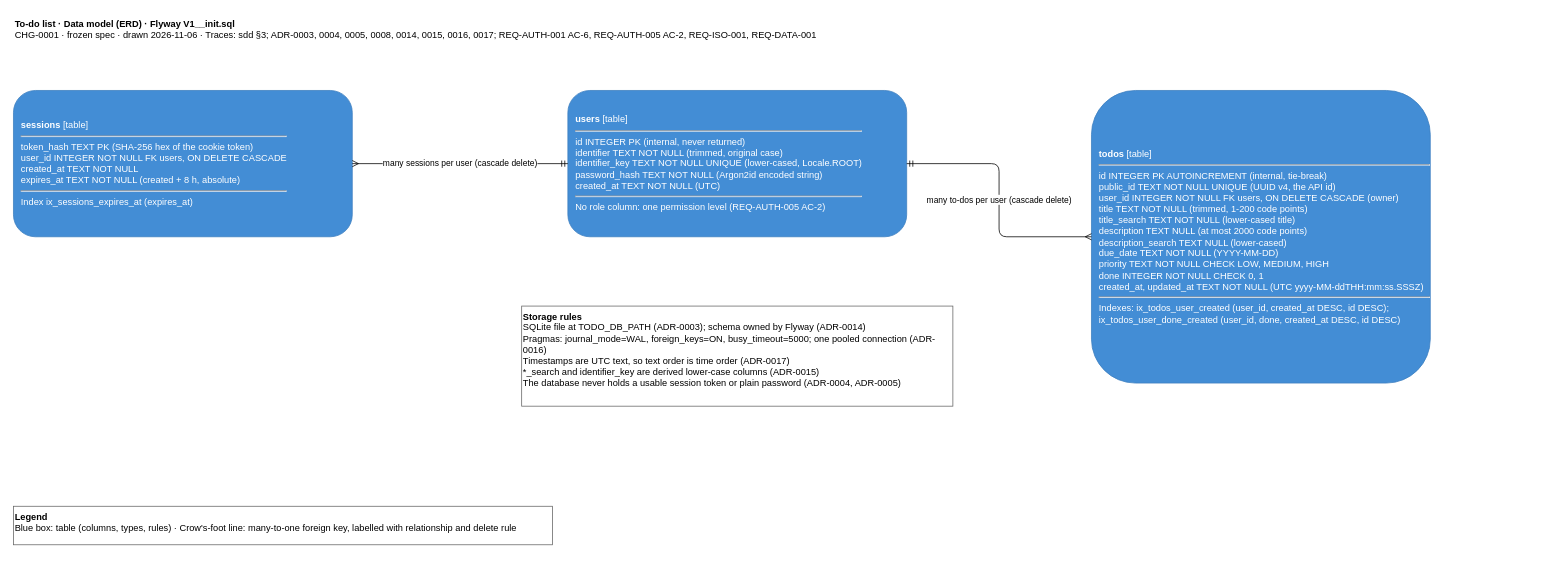
Earlier version of the draw.io diagram docs/specs/CHG-0001/design/architecture/data-model.drawio (alokkulkarni/testharness2). Source tidied: cells renumbered, new cells numbered last; positions are measured from the earlier drawing's top-left corner, leaving out a move shared by most shapes. Both pictures are drawn from the tidied source at 77%, with x=0, y=0 at pixel (13, 13).
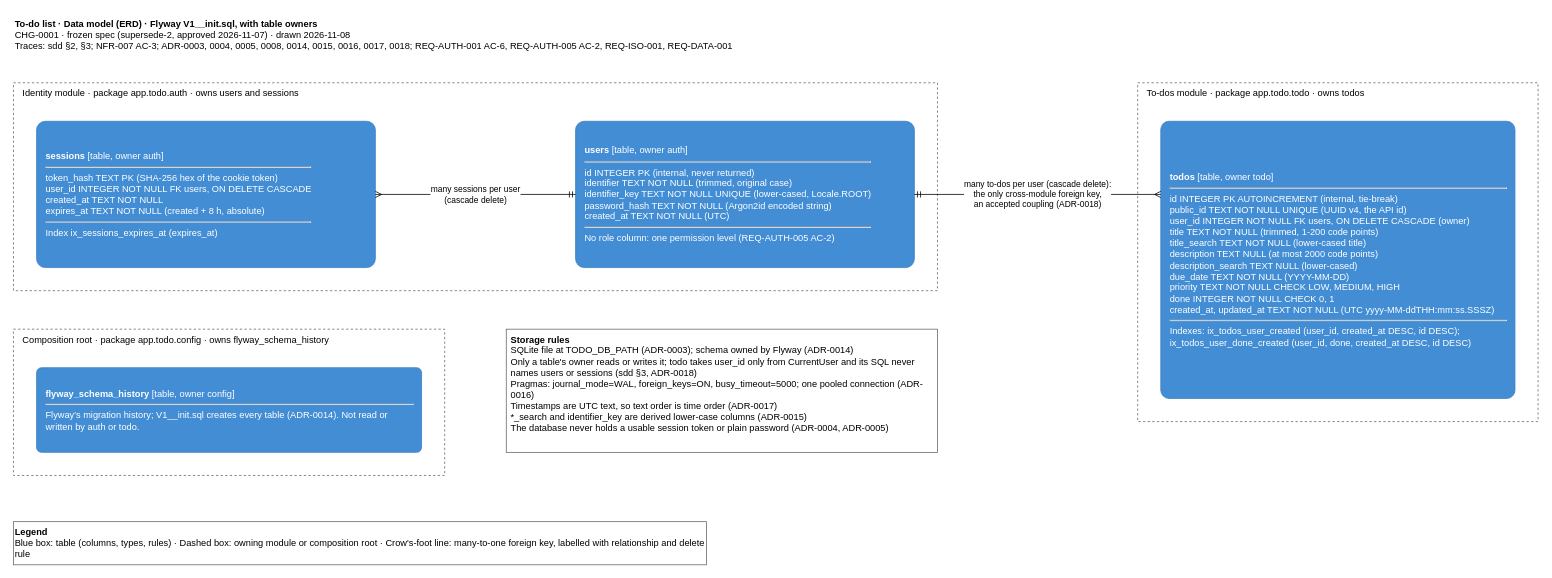
After the change.

The edit, as a diff of the source:
```diff
@@
 <mxGraphModel>
   <root>
     <mxCell id="0" />
     <mxCell id="1" parent="0" />
-    <mxCell id="2" value="&lt;b&gt;To-do list · Data model (ERD) · Flyway V1__init.sql&lt;/b&gt;&lt;br&gt;CHG-0001 · frozen spec · drawn 2026-11-06 · Traces: sdd §3; ADR-0003, 0004, 0005, 0008, 0014, 0015, 0016, 0017; REQ-AUTH-001 AC-6, REQ-AUTH-005 AC-2, REQ-ISO-001, REQ-DATA-001" style="text;html=1;align=left;verticalAlign=top;whiteSpace=wrap;" parent="1" vertex="1">
-      <mxGeometry width="1500" height="50" as="geometry" />
+    <mxCell id="2" value="&lt;b&gt;To-do list · Data model (ERD) · Flyway V1__init.sql, with table owners&lt;/b&gt;&lt;br&gt;CHG-0001 · frozen spec (supersede-2, approved 2026-11-07) · drawn 2026-11-08&lt;br&gt;Traces: sdd §2, §3; NFR-007 AC-3; ADR-0003, 0004, 0005, 0008, 0014, 0015, 0016, 0017, 0018; REQ-AUTH-001 AC-6, REQ-AUTH-005 AC-2, REQ-ISO-001, REQ-DATA-001" style="text;harness=title;html=1;align=left;verticalAlign=top;whiteSpace=wrap;" parent="1" vertex="1">
+      <mxGeometry width="1500" height="70" as="geometry" />
     </mxCell>
+    <mxCell id="10" value="Identity module · package app.todo.auth · owns users and sessions" style="rounded=0;dashed=1;fillColor=none;strokeColor=#666666;verticalAlign=top;align=left;spacingLeft=10;html=1;" parent="1" vertex="1">
+      <mxGeometry y="90" width="1200" height="270" as="geometry" />
+    </mxCell>
+    <mxCell id="11" value="To-dos module · package app.todo.todo · owns todos" style="rounded=0;dashed=1;fillColor=none;strokeColor=#666666;verticalAlign=top;align=left;spacingLeft=10;html=1;" parent="1" vertex="1">
+      <mxGeometry x="1460" y="90" width="520" height="440" as="geometry" />
+    </mxCell>
+    <mxCell id="12" value="Composition root · package app.todo.config · owns flyway_schema_history" style="rounded=0;dashed=1;fillColor=none;strokeColor=#666666;verticalAlign=top;align=left;spacingLeft=10;html=1;" parent="1" vertex="1">
+      <mxGeometry y="410" width="560" height="190" as="geometry" />
+    </mxCell>
-    <mxCell id="3" value="&lt;b&gt;sessions&lt;/b&gt; [table]&lt;hr&gt;token_hash TEXT PK (SHA-256 hex of the cookie token)&lt;br&gt;user_id INTEGER NOT NULL FK users, ON DELETE CASCADE&lt;br&gt;created_at TEXT NOT NULL&lt;br&gt;expires_at TEXT NOT NULL (created + 8 h, absolute)&lt;hr&gt;Index ix_sessions_expires_at (expires_at)" style="rounded=1;whiteSpace=wrap;html=1;align=left;spacingLeft=8;fillColor=#438DD5;strokeColor=#3C7FC0;fontColor=#FFFFFF;" parent="1" vertex="1">
-      <mxGeometry y="100" width="440" height="190" as="geometry" />
+    <mxCell id="3" value="&lt;b&gt;sessions&lt;/b&gt; [table, owner auth]&lt;hr&gt;token_hash TEXT PK (SHA-256 hex of the cookie token)&lt;br&gt;user_id INTEGER NOT NULL FK users, ON DELETE CASCADE&lt;br&gt;created_at TEXT NOT NULL&lt;br&gt;expires_at TEXT NOT NULL (created + 8 h, absolute)&lt;hr&gt;Index ix_sessions_expires_at (expires_at)" style="rounded=1;arcSize=6;whiteSpace=wrap;html=1;align=left;spacingLeft=10;spacingRight=10;fillColor=#438DD5;strokeColor=#3C7FC0;fontColor=#FFFFFF;" parent="10" vertex="1">
+      <mxGeometry x="30" y="50" width="440" height="190" as="geometry" />
     </mxCell>
-    <mxCell id="4" value="&lt;b&gt;users&lt;/b&gt; [table]&lt;hr&gt;id INTEGER PK (internal, never returned)&lt;br&gt;identifier TEXT NOT NULL (trimmed, original case)&lt;br&gt;identifier_key TEXT NOT NULL UNIQUE (lower-cased, Locale.ROOT)&lt;br&gt;password_hash TEXT NOT NULL (Argon2id encoded string)&lt;br&gt;created_at TEXT NOT NULL (UTC)&lt;hr&gt;No role column: one permission level (REQ-AUTH-005 AC-2)" style="rounded=1;whiteSpace=wrap;html=1;align=left;spacingLeft=8;fillColor=#438DD5;strokeColor=#3C7FC0;fontColor=#FFFFFF;" parent="1" vertex="1">
-      <mxGeometry x="720" y="100" width="440" height="190" as="geometry" />
+    <mxCell id="4" value="&lt;b&gt;users&lt;/b&gt; [table, owner auth]&lt;hr&gt;id INTEGER PK (internal, never returned)&lt;br&gt;identifier TEXT NOT NULL (trimmed, original case)&lt;br&gt;identifier_key TEXT NOT NULL UNIQUE (lower-cased, Locale.ROOT)&lt;br&gt;password_hash TEXT NOT NULL (Argon2id encoded string)&lt;br&gt;created_at TEXT NOT NULL (UTC)&lt;hr&gt;No role column: one permission level (REQ-AUTH-005 AC-2)" style="rounded=1;arcSize=6;whiteSpace=wrap;html=1;align=left;spacingLeft=10;spacingRight=10;fillColor=#438DD5;strokeColor=#3C7FC0;fontColor=#FFFFFF;" parent="10" vertex="1">
+      <mxGeometry x="730" y="50" width="440" height="190" as="geometry" />
     </mxCell>
-    <mxCell id="5" value="&lt;b&gt;todos&lt;/b&gt; [table]&lt;hr&gt;id INTEGER PK AUTOINCREMENT (internal, tie-break)&lt;br&gt;public_id TEXT NOT NULL UNIQUE (UUID v4, the API id)&lt;br&gt;user_id INTEGER NOT NULL FK users, ON DELETE CASCADE (owner)&lt;br&gt;title TEXT NOT NULL (trimmed, 1-200 code points)&lt;br&gt;title_search TEXT NOT NULL (lower-cased title)&lt;br&gt;description TEXT NULL (at most 2000 code points)&lt;br&gt;description_search TEXT NULL (lower-cased)&lt;br&gt;due_date TEXT NOT NULL (YYYY-MM-DD)&lt;br&gt;priority TEXT NOT NULL CHECK LOW, MEDIUM, HIGH&lt;br&gt;done INTEGER NOT NULL CHECK 0, 1&lt;br&gt;created_at, updated_at TEXT NOT NULL (UTC yyyy-MM-ddTHH:mm:ss.SSSZ)&lt;hr&gt;Indexes: ix_todos_user_created (user_id, created_at DESC, id DESC); ix_todos_user_done_created (user_id, done, created_at DESC, id DESC)" style="rounded=1;whiteSpace=wrap;html=1;align=left;spacingLeft=8;fillColor=#438DD5;strokeColor=#3C7FC0;fontColor=#FFFFFF;" parent="1" vertex="1">
-      <mxGeometry x="1400" y="100" width="440" height="380" as="geometry" />
+    <mxCell id="5" value="&lt;b&gt;todos&lt;/b&gt; [table, owner todo]&lt;hr&gt;id INTEGER PK AUTOINCREMENT (internal, tie-break)&lt;br&gt;public_id TEXT NOT NULL UNIQUE (UUID v4, the API id)&lt;br&gt;user_id INTEGER NOT NULL FK users, ON DELETE CASCADE (owner)&lt;br&gt;title TEXT NOT NULL (trimmed, 1-200 code points)&lt;br&gt;title_search TEXT NOT NULL (lower-cased title)&lt;br&gt;description TEXT NULL (at most 2000 code points)&lt;br&gt;description_search TEXT NULL (lower-cased)&lt;br&gt;due_date TEXT NOT NULL (YYYY-MM-DD)&lt;br&gt;priority TEXT NOT NULL CHECK LOW, MEDIUM, HIGH&lt;br&gt;done INTEGER NOT NULL CHECK 0, 1&lt;br&gt;created_at, updated_at TEXT NOT NULL (UTC yyyy-MM-ddTHH:mm:ss.SSSZ)&lt;hr&gt;Indexes: ix_todos_user_created (user_id, created_at DESC, id DESC); ix_todos_user_done_created (user_id, done, created_at DESC, id DESC)" style="rounded=1;arcSize=3;whiteSpace=wrap;html=1;align=left;spacingLeft=10;spacingRight=10;fillColor=#438DD5;strokeColor=#3C7FC0;fontColor=#FFFFFF;" parent="11" vertex="1">
+      <mxGeometry x="30" y="50" width="460" height="360" as="geometry" />
     </mxCell>
+    <mxCell id="13" value="&lt;b&gt;flyway_schema_history&lt;/b&gt; [table, owner config]&lt;hr&gt;Flyway's migration history; V1__init.sql creates every table (ADR-0014). Not read or written by auth or todo." style="rounded=1;arcSize=6;whiteSpace=wrap;html=1;align=left;spacingLeft=10;spacingRight=10;fillColor=#438DD5;strokeColor=#3C7FC0;fontColor=#FFFFFF;" parent="12" vertex="1">
+      <mxGeometry x="30" y="50" width="500" height="110" as="geometry" />
+    </mxCell>
-    <mxCell id="6" value="many sessions per user (cascade delete)" style="edgeStyle=orthogonalEdgeStyle;rounded=1;html=1;endArrow=ERmandOne;startArrow=ERmany;labelBackgroundColor=#FFFFFF;" parent="1" edge="1" source="3" target="4">
+    <mxCell id="6" value="many sessions per user&lt;br&gt;(cascade delete)" style="edgeStyle=orthogonalEdgeStyle;rounded=1;html=1;endArrow=ERmandOne;startArrow=ERmany;labelBackgroundColor=#FFFFFF;exitX=1;exitY=0.5;entryX=0;entryY=0.5;" parent="1" edge="1" source="3" target="4">
       <mxGeometry relative="1" as="geometry" />
     </mxCell>
-    <mxCell id="7" value="many to-dos per user (cascade delete)" style="edgeStyle=orthogonalEdgeStyle;rounded=1;html=1;endArrow=ERmandOne;startArrow=ERmany;labelBackgroundColor=#FFFFFF;" parent="1" edge="1" source="5" target="4">
+    <mxCell id="7" value="many to-dos per user (cascade delete):&lt;br&gt;the only cross-module foreign key,&lt;br&gt;an accepted coupling (ADR-0018)" style="edgeStyle=orthogonalEdgeStyle;rounded=1;html=1;endArrow=ERmandOne;startArrow=ERmany;labelBackgroundColor=#FFFFFF;exitX=0;exitY=0.2639;entryX=1;entryY=0.5;" parent="1" edge="1" source="5" target="4">
       <mxGeometry relative="1" as="geometry" />
     </mxCell>
-    <mxCell id="8" value="&lt;b&gt;Storage rules&lt;/b&gt;&lt;br&gt;SQLite file at TODO_DB_PATH (ADR-0003); schema owned by Flyway (ADR-0014)&lt;br&gt;Pragmas: journal_mode=WAL, foreign_keys=ON, busy_timeout=5000; one pooled connection (ADR-0016)&lt;br&gt;Timestamps are UTC text, so text order is time order (ADR-0017)&lt;br&gt;*_search and identifier_key are derived lower-case columns (ADR-0015)&lt;br&gt;The database never holds a usable session token or plain password (ADR-0004, ADR-0005)" style="text;html=1;align=left;verticalAlign=top;whiteSpace=wrap;strokeColor=#666666;" parent="1" vertex="1">
-      <mxGeometry x="660" y="380" width="560" height="130" as="geometry" />
+    <mxCell id="8" value="&lt;b&gt;Storage rules&lt;/b&gt;&lt;br&gt;SQLite file at TODO_DB_PATH (ADR-0003); schema owned by Flyway (ADR-0014)&lt;br&gt;Only a table's owner reads or writes it; todo takes user_id only from CurrentUser and its SQL never names users or sessions (sdd §3, ADR-0018)&lt;br&gt;Pragmas: journal_mode=WAL, foreign_keys=ON, busy_timeout=5000; one pooled connection (ADR-0016)&lt;br&gt;Timestamps are UTC text, so text order is time order (ADR-0017)&lt;br&gt;*_search and identifier_key are derived lower-case columns (ADR-0015)&lt;br&gt;The database never holds a usable session token or plain password (ADR-0004, ADR-0005)" style="text;html=1;align=left;verticalAlign=top;whiteSpace=wrap;strokeColor=#666666;spacingLeft=4;" parent="1" vertex="1">
+      <mxGeometry x="640" y="410" width="560" height="160" as="geometry" />
     </mxCell>
-    <mxCell id="9" value="&lt;b&gt;Legend&lt;/b&gt;&lt;br&gt;Blue box: table (columns, types, rules) · Crow's-foot line: many-to-one foreign key, labelled with relationship and delete rule" style="text;html=1;align=left;verticalAlign=top;whiteSpace=wrap;strokeColor=#666666;" parent="1" vertex="1">
-      <mxGeometry y="640" width="700" height="50" as="geometry" />
+    <mxCell id="9" value="&lt;b&gt;Legend&lt;/b&gt;&lt;br&gt;Blue box: table (columns, types, rules) · Dashed box: owning module or composition root · Crow's-foot line: many-to-one foreign key, labelled with relationship and delete rule" style="text;harness=legend;html=1;align=left;verticalAlign=top;whiteSpace=wrap;strokeColor=#666666;" parent="1" vertex="1">
+      <mxGeometry y="660" width="900" height="56" as="geometry" />
     </mxCell>
   </root>
 </mxGraphModel>
```
